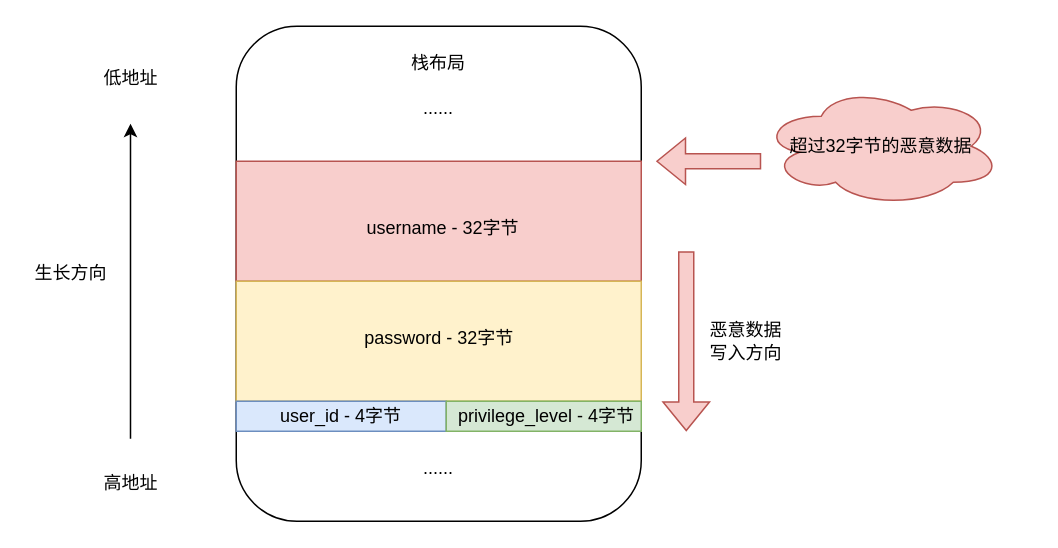
This is MindMap/栈溢出示例.drawio from hourhl/Draw-io, a draw.io file, before an edit. Source tidied: cells renumbered, new cells numbered last; positions are measured from the earlier drawing's top-left corner, leaving out a move shared by most shapes. Both pictures are drawn from the tidied source at 150%, with x=0, y=0 at pixel (26, 26).
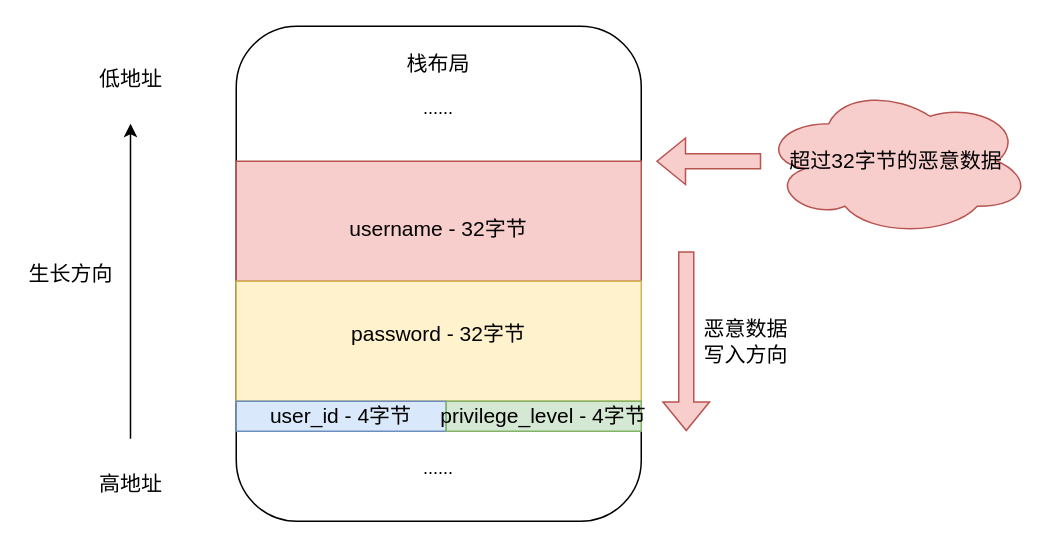
The same page after the edit.

Commit message:
更新栈溢出示例.drawio

The edit, as a diff of the source:
```diff
@@
-    <mxCell id="2" value="低地址" style="text;html=1;whiteSpace=wrap;strokeColor=none;fillColor=none;align=center;verticalAlign=middle;rounded=0;" parent="1" vertex="1">
+    <mxCell id="2" value="&lt;font style=&quot;font-size: 14px;&quot;&gt;低地址&lt;/font&gt;" style="text;html=1;whiteSpace=wrap;strokeColor=none;fillColor=none;align=center;verticalAlign=middle;rounded=0;" parent="1" vertex="1">
       <mxGeometry x="40" y="20" width="60" height="30" as="geometry" />
     </mxCell>
-    <mxCell id="3" value="高地址" style="text;html=1;whiteSpace=wrap;strokeColor=none;fillColor=none;align=center;verticalAlign=middle;rounded=0;" parent="1" vertex="1">
+    <mxCell id="3" value="&lt;font style=&quot;font-size: 14px;&quot;&gt;高地址&lt;/font&gt;" style="text;html=1;whiteSpace=wrap;strokeColor=none;fillColor=none;align=center;verticalAlign=middle;rounded=0;" parent="1" vertex="1">
       <mxGeometry x="40" y="290" width="60" height="30" as="geometry" />
     </mxCell>
@@
-    <mxCell id="5" value="生长方向" style="text;html=1;whiteSpace=wrap;strokeColor=none;fillColor=none;align=center;verticalAlign=middle;rounded=0;" parent="1" vertex="1">
+    <mxCell id="5" value="&lt;font style=&quot;font-size: 14px;&quot;&gt;生长方向&lt;/font&gt;" style="text;html=1;whiteSpace=wrap;strokeColor=none;fillColor=none;align=center;verticalAlign=middle;rounded=0;" parent="1" vertex="1">
       <mxGeometry y="150" width="60" height="30" as="geometry" />
     </mxCell>
-    <mxCell id="6" value="超过32字节的恶意数据" style="ellipse;shape=cloud;whiteSpace=wrap;html=1;fillColor=#f8cecc;strokeColor=#b85450;" parent="1" vertex="1">
-      <mxGeometry x="490" y="40" width="160" height="80" as="geometry" />
+    <mxCell id="6" value="&lt;font style=&quot;font-size: 14px;&quot;&gt;超过32字节的恶意数据&lt;/font&gt;" style="ellipse;shape=cloud;whiteSpace=wrap;html=1;fillColor=#f8cecc;strokeColor=#b85450;" parent="1" vertex="1">
+      <mxGeometry x="490" y="40" width="180" height="100" as="geometry" />
     </mxCell>
@@
-    <mxCell id="9" value="username - 32字节" style="text;html=1;whiteSpace=wrap;strokeColor=none;fillColor=none;align=center;verticalAlign=middle;rounded=0;" parent="1" vertex="1">
-      <mxGeometry x="222.5" y="120" width="110" height="30" as="geometry" />
+    <mxCell id="9" value="&lt;font style=&quot;font-size: 14px;&quot;&gt;username - 32字节&lt;/font&gt;" style="text;html=1;whiteSpace=wrap;strokeColor=none;fillColor=none;align=center;verticalAlign=middle;rounded=0;" parent="1" vertex="1">
+      <mxGeometry x="211.2" y="120" width="127.5" height="30" as="geometry" />
     </mxCell>
-    <mxCell id="10" value="栈布局" style="text;html=1;whiteSpace=wrap;strokeColor=none;fillColor=none;align=center;verticalAlign=middle;rounded=0;" parent="1" vertex="1">
+    <mxCell id="10" value="&lt;font style=&quot;font-size: 14px;&quot;&gt;栈布局&lt;/font&gt;" style="text;html=1;whiteSpace=wrap;strokeColor=none;fillColor=none;align=center;verticalAlign=middle;rounded=0;" parent="1" vertex="1">
       <mxGeometry x="245" y="10" width="60" height="30" as="geometry" />
     </mxCell>
@@
-    <mxCell id="12" value="password - 32字节" style="text;html=1;whiteSpace=wrap;strokeColor=none;fillColor=none;align=center;verticalAlign=middle;rounded=0;" parent="1" vertex="1">
-      <mxGeometry x="222.5" y="192.5" width="105" height="30" as="geometry" />
+    <mxCell id="12" value="&lt;font style=&quot;font-size: 14px;&quot;&gt;password - 32字节&lt;/font&gt;" style="text;html=1;whiteSpace=wrap;strokeColor=none;fillColor=none;align=center;verticalAlign=middle;rounded=0;" parent="1" vertex="1">
+      <mxGeometry x="211.2" y="190" width="127.5" height="30" as="geometry" />
     </mxCell>
@@
-    <mxCell id="15" value="privilege_level - 4字节" style="text;html=1;whiteSpace=wrap;strokeColor=none;fillColor=none;align=center;verticalAlign=middle;rounded=0;" parent="1" vertex="1">
-      <mxGeometry x="284" y="245" width="126" height="30" as="geometry" />
+    <mxCell id="15" value="&lt;font style=&quot;font-size: 14px;&quot;&gt;privilege_level - 4字节&lt;/font&gt;" style="text;html=1;whiteSpace=wrap;strokeColor=none;fillColor=none;align=center;verticalAlign=middle;rounded=0;" parent="1" vertex="1">
+      <mxGeometry x="275" y="245" width="140" height="30" as="geometry" />
     </mxCell>
-    <mxCell id="16" value="user_id - 4字节" style="text;html=1;whiteSpace=wrap;strokeColor=none;fillColor=none;align=center;verticalAlign=middle;rounded=0;" parent="1" vertex="1">
+    <mxCell id="16" value="&lt;font style=&quot;font-size: 14px;&quot;&gt;user_id - 4字节&lt;/font&gt;" style="text;html=1;whiteSpace=wrap;strokeColor=none;fillColor=none;align=center;verticalAlign=middle;rounded=0;" parent="1" vertex="1">
       <mxGeometry x="160" y="245" width="100" height="30" as="geometry" />
     </mxCell>
@@
-    <mxCell id="21" value="恶意数据写入方向" style="text;html=1;whiteSpace=wrap;strokeColor=none;fillColor=none;align=center;verticalAlign=middle;rounded=0;" parent="1" vertex="1">
+    <mxCell id="21" value="&lt;font style=&quot;font-size: 14px;&quot;&gt;恶意数据写入方向&lt;/font&gt;" style="text;html=1;whiteSpace=wrap;strokeColor=none;fillColor=none;align=center;verticalAlign=middle;rounded=0;" parent="1" vertex="1">
       <mxGeometry x="450" y="195" width="60" height="30" as="geometry" />
     </mxCell>
```
